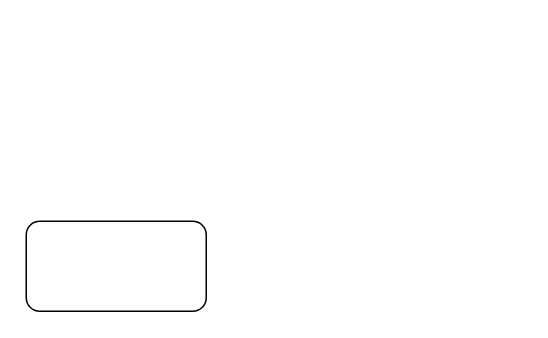
Above: 未命名绘图.drawio in Conan-Liu/Test (draw.io), before the change. Source tidied: cells renumbered, new cells numbered last; positions are measured from the earlier drawing's top-left corner, leaving out a move shared by most shapes. Both pictures are drawn from the tidied source at 150%, with x=0, y=0 at pixel (26, 220).
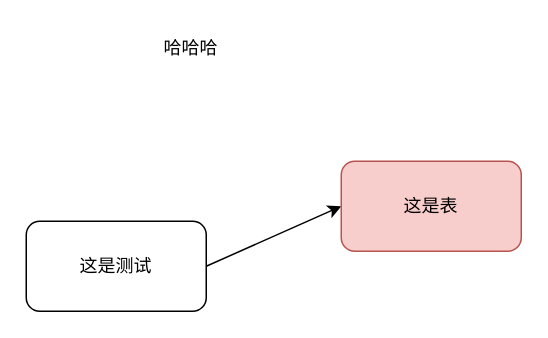
After the change.

Commit message:
更新未命名绘图.drawio

What changed in the source:
```diff
@@
 <mxGraphModel>
   <root>
     <mxCell id="0" />
     <mxCell id="1" parent="0" />
+    <mxCell id="3" style="rounded=0;jettySize=auto;html=1;exitX=1;exitY=0.5;exitDx=0;exitDy=0;entryX=0;entryY=0.5;entryDx=0;entryDy=0;" parent="1" edge="1" source="2" target="4">
+      <mxGeometry relative="1" as="geometry" />
+    </mxCell>
-    <mxCell id="2" style="rounded=1;whiteSpace=wrap;html=1;" parent="1" vertex="1">
+    <mxCell id="2" value="这是测试" style="rounded=1;whiteSpace=wrap;html=1;" parent="1" vertex="1">
       <mxGeometry width="120" height="60" as="geometry" />
     </mxCell>
+    <mxCell id="4" value="这是表" style="rounded=1;whiteSpace=wrap;html=1;fillColor=#f8cecc;strokeColor=#b85450;" parent="1" vertex="1">
+      <mxGeometry x="210" y="-40" width="120" height="60" as="geometry" />
+    </mxCell>
+    <mxCell id="5" value="哈哈哈" style="text;html=1;align=center;verticalAlign=middle;whiteSpace=wrap;rounded=0;" parent="1" vertex="1">
+      <mxGeometry x="80" y="-130" width="60" height="30" as="geometry" />
+    </mxCell>
   </root>
 </mxGraphModel>
```
